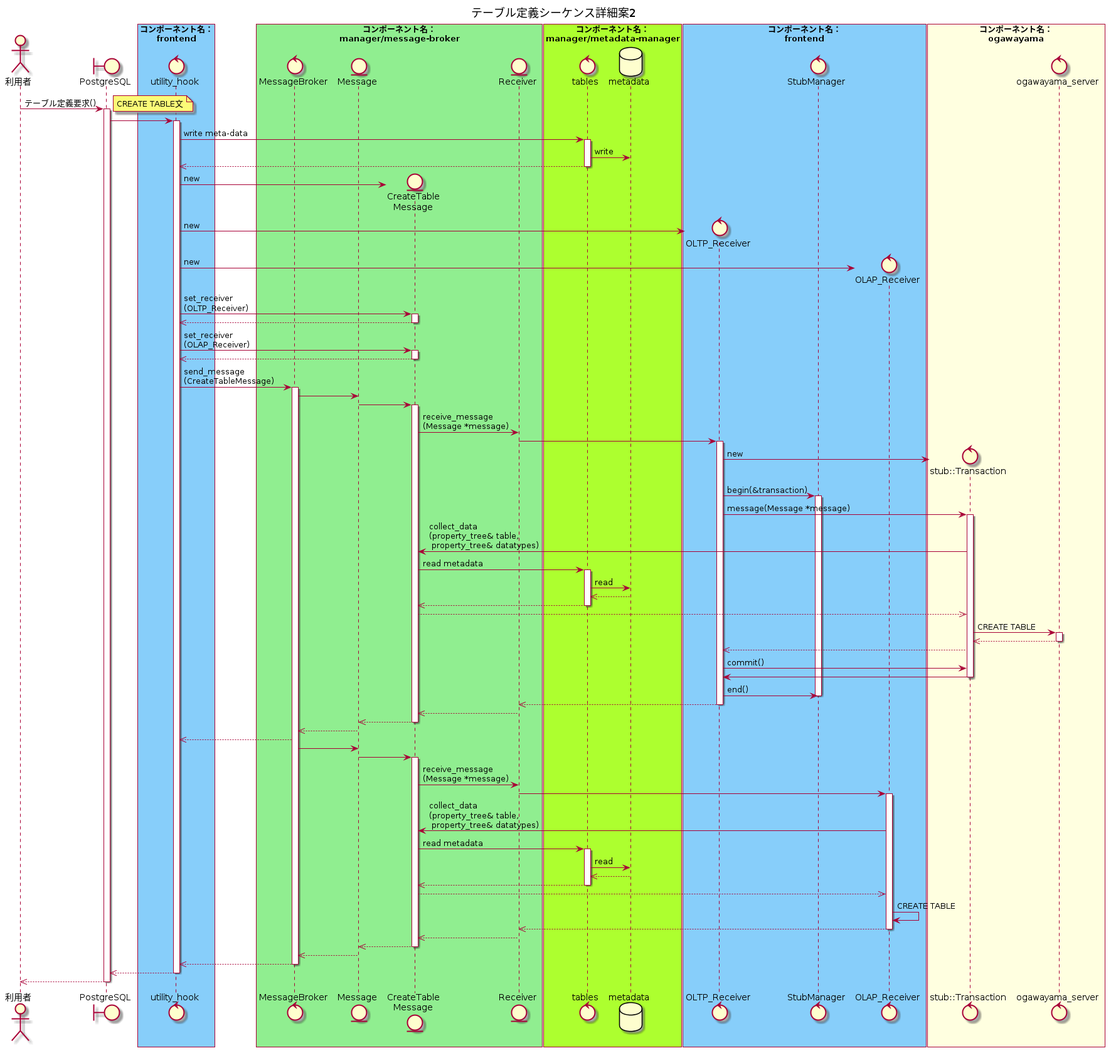
project-tsurugi/tsurugi_fdw keeps this PlantUML diagram as docs/design/img/out/CREATE_TABLE_detail/テーブル定義シーケンス詳細案2.png. Above is the earlier version.
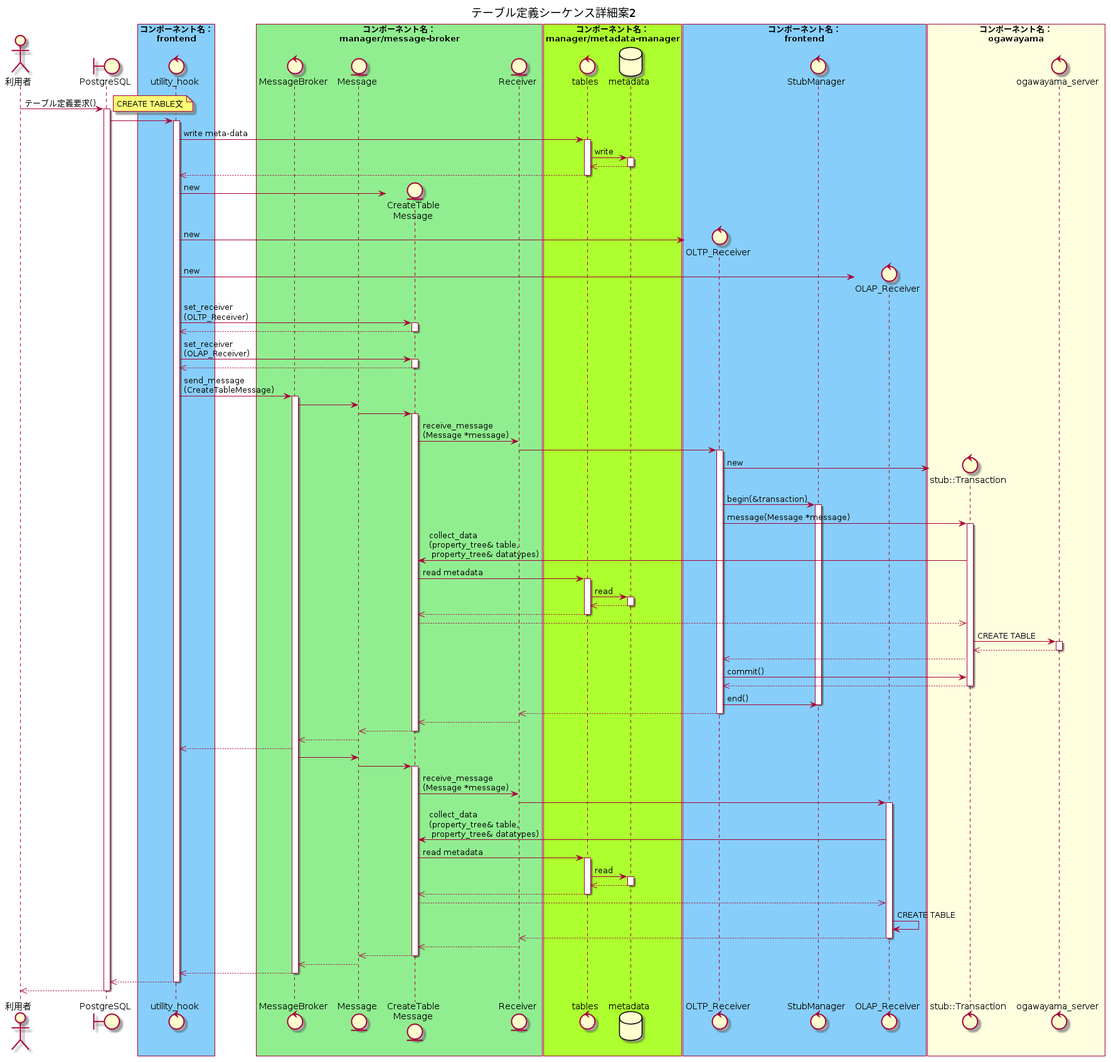
After the change.

Change to the diagram source:
```diff
@@ -43,6 +43,9 @@
   utility_hook -> tables : write meta-data
   activate tables
     tables -> metadata : write
+    activate metadata
+    tables <<-- metadata
+    deactivate metadata
     utility_hook <<-- tables
   deactivate tables
 
@@ -82,7 +85,9 @@
     concrete_message -> tables : read metadata
       activate tables
       tables -> metadata : read
+      activate metadata
       tables <<-- metadata
+      deactivate metadata
       concrete_message <<-- tables
       deactivate tables
         tran <<-- concrete_message
@@ -92,7 +97,7 @@
           deactivate ogawayama_server
         oltp_receiver <<-- tran
         oltp_receiver -> tran : commit()
-        tran -> oltp_receiver
+        oltp_receiver <<-- tran
       deactivate tran
     oltp_receiver -> StubManager : end()
     deactivate StubManager
@@ -113,7 +118,9 @@
       concrete_message -> tables: read metadata
       activate tables
       tables -> metadata : read
+      activate metadata
       tables <<-- metadata
+      deactivate metadata
       concrete_message <<-- tables
       deactivate tables
       olap_receiver <<-- concrete_message
```
